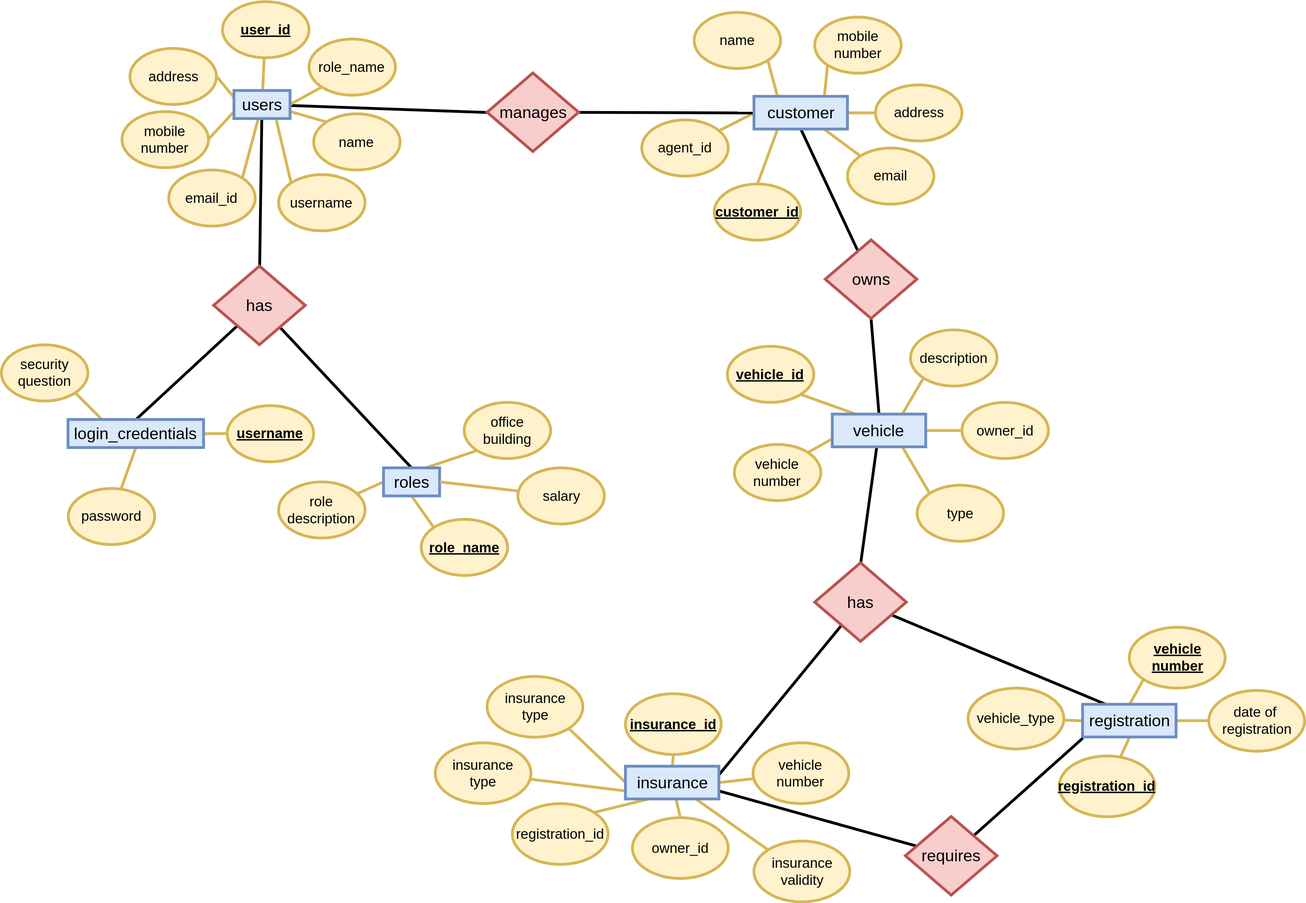
The draw.io diagram Draw-Files/Normalised-Entity-Relationship.svg in Gituser143/DBMS-Project, before a commit. Source tidied: cells renumbered, new cells last; positions are measured from the earlier drawing's top-left corner, leaving out a move shared by most shapes.
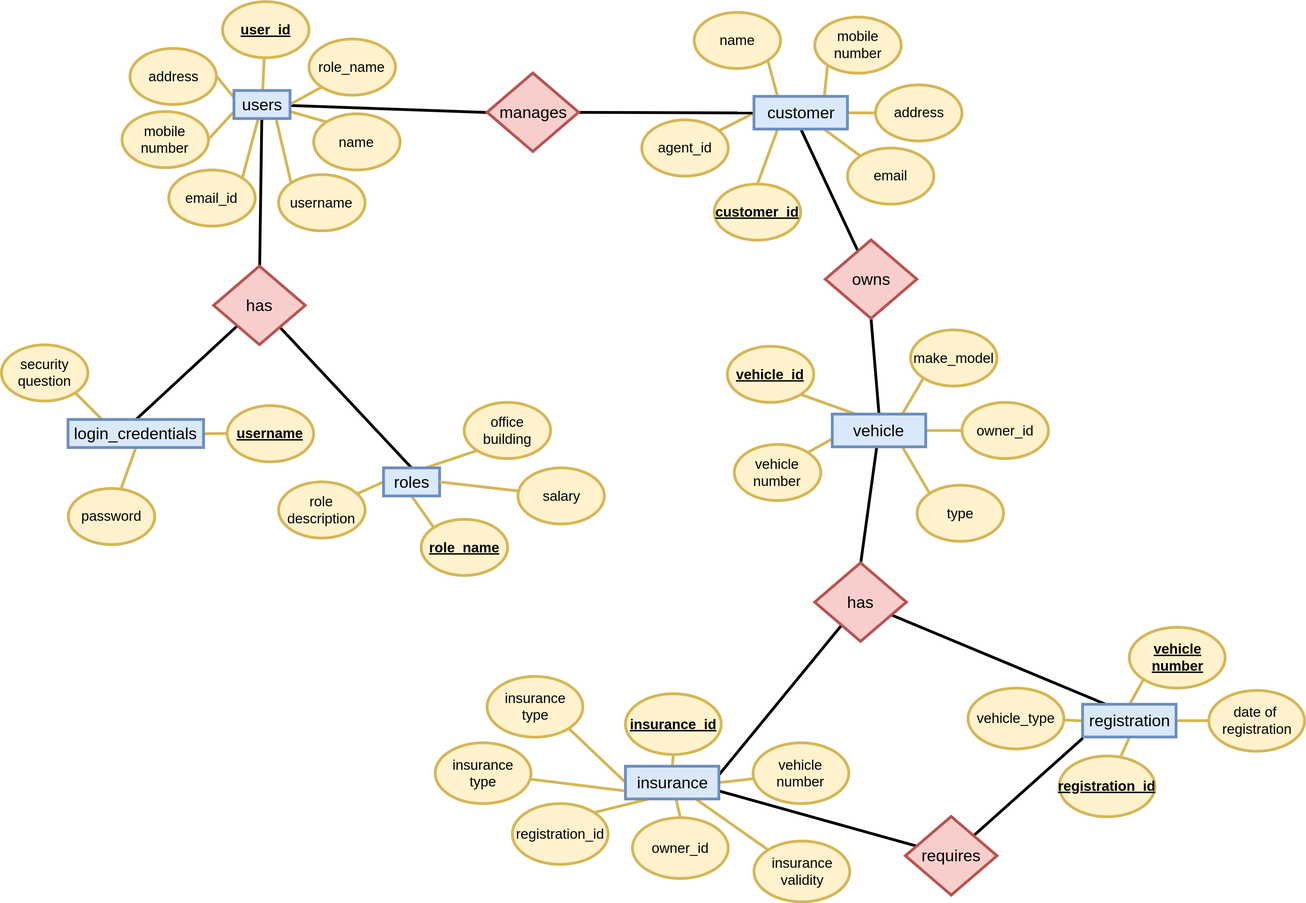
Later version of the same file.

The edit, as a diff of the source:
```diff
@@ -152,7 +152,7 @@
     <mxCell id="51" style="edgeStyle=none;rounded=0;html=1;exitX=0;exitY=1;entryX=0.75;entryY=0;endArrow=none;endFill=0;jettySize=auto;fillColor=#fff2cc;strokeColor=#d6b656;strokeWidth=6;" parent="1" edge="1" source="52" target="88">
       <mxGeometry relative="1" as="geometry" />
     </mxCell>
-    <mxCell id="52" value="&lt;font style=&quot;font-size: 30px&quot;&gt;description&lt;br&gt;&lt;/font&gt;" style="ellipse;whiteSpace=wrap;html=1;fillColor=#fff2cc;strokeColor=#d6b656;strokeWidth=6;" parent="1" vertex="1">
+    <mxCell id="52" value="&lt;font style=&quot;font-size: 30px&quot;&gt;make_model&lt;br&gt;&lt;/font&gt;" style="ellipse;whiteSpace=wrap;html=1;fillColor=#fff2cc;strokeColor=#d6b656;strokeWidth=6;" parent="1" vertex="1">
       <mxGeometry x="1945.5" y="702" width="185" height="120" as="geometry" />
     </mxCell>
     <mxCell id="53" style="edgeStyle=none;rounded=0;html=1;entryX=1;entryY=0.5;endArrow=none;endFill=0;jettySize=auto;fillColor=#fff2cc;strokeColor=#d6b656;strokeWidth=6;" parent="1" edge="1" source="54" target="88">
```
